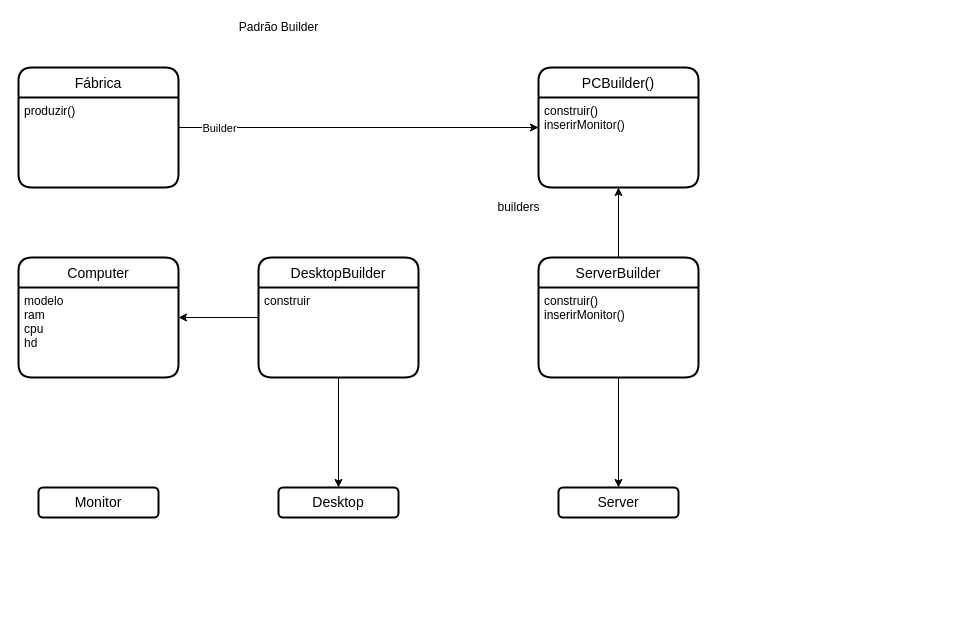
Before: Exercicio_2.drawio in MatheusSantosDev/diagramas-UML, a draw.io diagram. Source tidied: cells renumbered, new cells numbered last; positions are measured from the earlier drawing's top-left corner, leaving out a move shared by most shapes. Both pictures are drawn from the tidied source at 100%, with x=0, y=0 at pixel (18, 17).
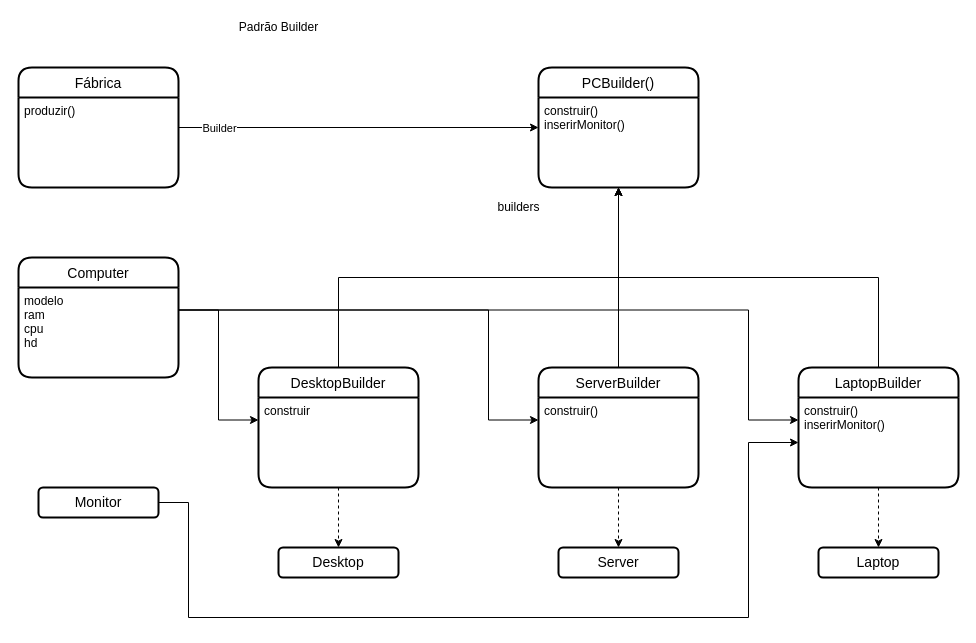
After the change.

The change refers to these unchanged cells:
```xml
<mxCell id="9" value="construir()&#10;inserirMonitor()" style="align=left;strokeColor=none;fillColor=none;spacingLeft=4;fontSize=12;verticalAlign=top;" parent="8" vertex="1">
  <mxGeometry y="30" width="160" height="90" as="geometry" />
</mxCell>
<mxCell id="14" value="Computer" style="swimlane;horizontal=1;startSize=30;rounded=1;fontSize=14;fontStyle=0;strokeWidth=2;shadow=0;dashed=0;align=center;" parent="1" vertex="1">
  <mxGeometry y="240" width="160" height="120" as="geometry" />
</mxCell>
<mxCell id="15" value="modelo&#10;ram&#10;cpu&#10;hd" style="align=left;strokeColor=none;fillColor=none;spacingLeft=4;fontSize=12;verticalAlign=top;" parent="14" vertex="1">
  <mxGeometry y="30" width="160" height="90" as="geometry" />
</mxCell>
<mxCell id="17" value="construir" style="align=left;strokeColor=none;fillColor=none;spacingLeft=4;fontSize=12;verticalAlign=top;" parent="16" vertex="1">
  <mxGeometry y="30" width="160" height="90" as="geometry" />
</mxCell>
<mxCell id="19" value="Monitor" style="whiteSpace=wrap;html=1;rounded=1;shadow=0;dashed=0;fontSize=14;fontStyle=0;strokeWidth=2;startSize=30;" parent="1" vertex="1">
  <mxGeometry x="20" y="470" width="120" height="30" as="geometry" />
</mxCell>
```

Change to the diagram source:
```diff
@@
     <mxCell id="10" value="ServerBuilder" style="swimlane;horizontal=1;startSize=30;rounded=1;fontSize=14;fontStyle=0;strokeWidth=2;shadow=0;dashed=0;align=center;" parent="1" vertex="1">
-      <mxGeometry x="520" y="240" width="160" height="120" as="geometry" />
+      <mxGeometry x="520" y="350" width="160" height="120" as="geometry" />
     </mxCell>
-    <mxCell id="11" value="construir()&#10;inserirMonitor()" style="align=left;strokeColor=none;fillColor=none;spacingLeft=4;fontSize=12;verticalAlign=top;" parent="10" vertex="1">
+    <mxCell id="11" value="construir()&#10;" style="align=left;strokeColor=none;fillColor=none;spacingLeft=4;fontSize=12;verticalAlign=top;" parent="10" vertex="1">
       <mxGeometry y="30" width="160" height="90" as="geometry" />
     </mxCell>
@@
-    <mxCell id="13" style="edgeStyle=orthogonalEdgeStyle;rounded=0;jettySize=auto;html=1;startArrow=classic;startFill=1;endArrow=none;endFill=0;" parent="1" edge="1" source="14" target="16">
-      <mxGeometry relative="1" as="geometry" />
-    </mxCell>
@@
+    <mxCell id="23" style="edgeStyle=orthogonalEdgeStyle;rounded=0;jettySize=auto;html=1;exitX=0.5;exitY=0;exitDx=0;exitDy=0;entryX=0.5;entryY=1;entryDx=0;entryDy=0;startArrow=none;startFill=0;endArrow=classic;endFill=1;" parent="1" edge="1" source="16" target="9">
+      <mxGeometry relative="1" as="geometry" />
+    </mxCell>
     <mxCell id="16" value="DesktopBuilder" style="swimlane;horizontal=1;startSize=30;rounded=1;fontSize=14;fontStyle=0;strokeWidth=2;shadow=0;dashed=0;align=center;" parent="1" vertex="1">
-      <mxGeometry x="240" y="240" width="160" height="120" as="geometry" />
+      <mxGeometry x="240" y="350" width="160" height="120" as="geometry" />
     </mxCell>
@@
     <mxCell id="18" value="Desktop" style="whiteSpace=wrap;html=1;rounded=1;shadow=0;dashed=0;fontSize=14;fontStyle=0;strokeWidth=2;startSize=30;" parent="1" vertex="1">
-      <mxGeometry x="260" y="470" width="120" height="30" as="geometry" />
+      <mxGeometry x="260" y="530" width="120" height="30" as="geometry" />
     </mxCell>
+    <mxCell id="24" style="edgeStyle=orthogonalEdgeStyle;rounded=0;jettySize=auto;html=1;exitX=1;exitY=0.5;exitDx=0;exitDy=0;startArrow=none;startFill=0;endArrow=classic;endFill=1;" parent="1" edge="1" source="19" target="29">
+      <mxGeometry relative="1" as="geometry">
+        <Array as="points">
+          <mxPoint x="170" y="485" />
+          <mxPoint x="170" y="600" />
+          <mxPoint x="730" y="600" />
+          <mxPoint x="730" y="425" />
+        </Array>
+      </mxGeometry>
+    </mxCell>
@@
     <mxCell id="20" value="Server" style="whiteSpace=wrap;html=1;rounded=1;shadow=0;dashed=0;fontSize=14;fontStyle=0;strokeWidth=2;startSize=30;" parent="1" vertex="1">
-      <mxGeometry x="540" y="470" width="120" height="30" as="geometry" />
+      <mxGeometry x="540" y="530" width="120" height="30" as="geometry" />
     </mxCell>
-    <mxCell id="21" style="edgeStyle=orthogonalEdgeStyle;rounded=0;jettySize=auto;html=1;exitX=0.5;exitY=1;exitDx=0;exitDy=0;entryX=0.5;entryY=0;entryDx=0;entryDy=0;startArrow=none;startFill=0;endArrow=classic;endFill=1;" parent="1" edge="1" source="17" target="18">
+    <mxCell id="21" style="edgeStyle=orthogonalEdgeStyle;rounded=0;jettySize=auto;html=1;exitX=0.5;exitY=1;exitDx=0;exitDy=0;entryX=0.5;entryY=0;entryDx=0;entryDy=0;startArrow=none;startFill=0;endArrow=classic;endFill=1;dashed=1;" parent="1" edge="1" source="17" target="18">
       <mxGeometry relative="1" as="geometry" />
     </mxCell>
-    <mxCell id="22" style="edgeStyle=orthogonalEdgeStyle;rounded=0;jettySize=auto;html=1;exitX=0.5;exitY=1;exitDx=0;exitDy=0;entryX=0.5;entryY=0;entryDx=0;entryDy=0;startArrow=none;startFill=0;endArrow=classic;endFill=1;" parent="1" edge="1" source="11" target="20">
+    <mxCell id="22" style="edgeStyle=orthogonalEdgeStyle;rounded=0;jettySize=auto;html=1;exitX=0.5;exitY=1;exitDx=0;exitDy=0;entryX=0.5;entryY=0;entryDx=0;entryDy=0;startArrow=none;startFill=0;endArrow=classic;endFill=1;dashed=1;" parent="1" edge="1" source="11" target="20">
       <mxGeometry relative="1" as="geometry" />
     </mxCell>
+    <mxCell id="25" style="edgeStyle=orthogonalEdgeStyle;rounded=0;jettySize=auto;html=1;exitX=1;exitY=0.25;exitDx=0;exitDy=0;entryX=0;entryY=0.25;entryDx=0;entryDy=0;startArrow=none;startFill=0;endArrow=classic;endFill=1;" parent="1" edge="1" source="15" target="11">
+      <mxGeometry relative="1" as="geometry">
+        <Array as="points">
+          <mxPoint x="470" y="293" />
+          <mxPoint x="470" y="403" />
+        </Array>
+      </mxGeometry>
+    </mxCell>
+    <mxCell id="26" style="edgeStyle=orthogonalEdgeStyle;rounded=0;jettySize=auto;html=1;exitX=1;exitY=0.25;exitDx=0;exitDy=0;entryX=0;entryY=0.25;entryDx=0;entryDy=0;startArrow=none;startFill=0;endArrow=classic;endFill=1;" parent="1" edge="1" source="15" target="17">
+      <mxGeometry relative="1" as="geometry" />
+    </mxCell>
+    <mxCell id="27" style="edgeStyle=orthogonalEdgeStyle;rounded=0;jettySize=auto;html=1;exitX=0.5;exitY=0;exitDx=0;exitDy=0;entryX=0.5;entryY=1;entryDx=0;entryDy=0;startArrow=none;startFill=0;endArrow=classic;endFill=1;" parent="1" edge="1" source="28" target="9">
+      <mxGeometry relative="1" as="geometry" />
+    </mxCell>
+    <mxCell id="28" value="LaptopBuilder" style="swimlane;horizontal=1;startSize=30;rounded=1;fontSize=14;fontStyle=0;strokeWidth=2;shadow=0;dashed=0;align=center;" parent="1" vertex="1">
+      <mxGeometry x="780" y="350" width="160" height="120" as="geometry" />
+    </mxCell>
+    <mxCell id="29" value="construir()&#10;inserirMonitor()" style="align=left;strokeColor=none;fillColor=none;spacingLeft=4;fontSize=12;verticalAlign=top;" parent="28" vertex="1">
+      <mxGeometry y="30" width="160" height="90" as="geometry" />
+    </mxCell>
+    <mxCell id="30" value="Laptop" style="whiteSpace=wrap;html=1;rounded=1;shadow=0;dashed=0;fontSize=14;fontStyle=0;strokeWidth=2;startSize=30;" parent="1" vertex="1">
+      <mxGeometry x="800" y="530" width="120" height="30" as="geometry" />
+    </mxCell>
+    <mxCell id="31" style="edgeStyle=orthogonalEdgeStyle;rounded=0;jettySize=auto;html=1;entryX=0.5;entryY=0;entryDx=0;entryDy=0;startArrow=none;startFill=0;endArrow=classic;endFill=1;dashed=1;" parent="1" edge="1" source="29" target="30">
+      <mxGeometry relative="1" as="geometry" />
+    </mxCell>
+    <mxCell id="32" style="edgeStyle=orthogonalEdgeStyle;rounded=0;jettySize=auto;html=1;exitX=1;exitY=0.25;exitDx=0;exitDy=0;entryX=0;entryY=0.25;entryDx=0;entryDy=0;startArrow=none;startFill=0;endArrow=classic;endFill=1;" parent="1" edge="1" source="15" target="29">
+      <mxGeometry relative="1" as="geometry">
+        <Array as="points">
+          <mxPoint x="730" y="293" />
+          <mxPoint x="730" y="403" />
+        </Array>
+      </mxGeometry>
+    </mxCell>
```
